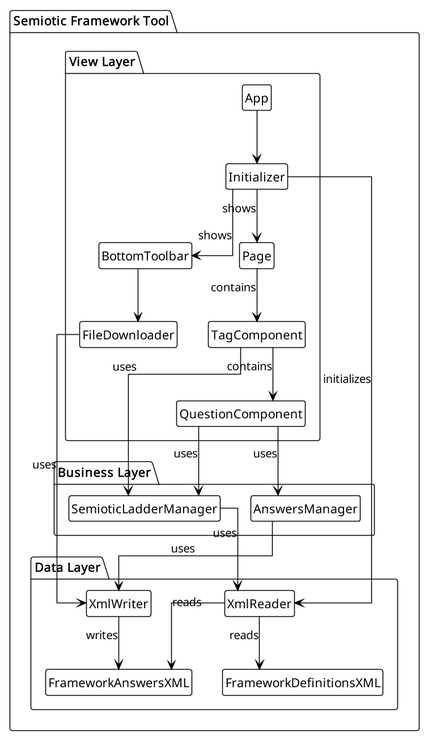
Before: out/docs/architecture/package/package.png, a diagram exported from PlantUML (auri-gabriel/semiotic-framework-tool).
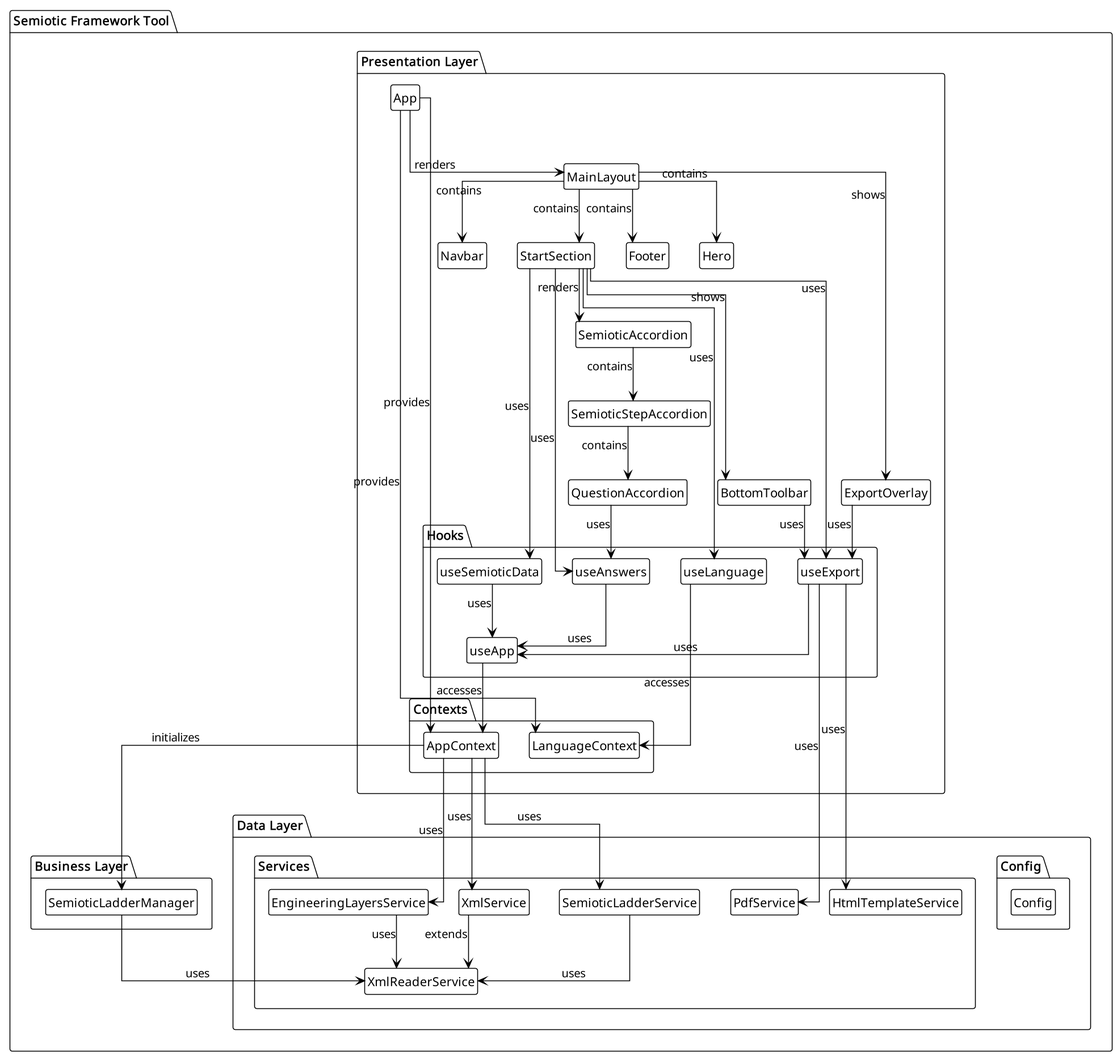
The same file after the commit.

Commit message:
chore: update arch diagram and create a simplified diagram

What changed in the source:
```diff
@@ -9,48 +9,94 @@
 
 package "Semiotic Framework Tool" {
 
-    package "View Layer" {
+    package "Presentation Layer" {
         class App
-        class Page
-        class Initializer
-        class FileDownloader
+        class MainLayout
+        class StartSection
+        class SemioticAccordion
+        class SemioticStepAccordion
+        class QuestionAccordion
         class BottomToolbar
-        class QuestionComponent
-        class TagComponent
+        class ExportOverlay
+        class Hero
+        class Navbar
+        class Footer
+
+        package "Contexts" {
+            class AppContext
+            class LanguageContext
+        }
+
+        package "Hooks" {
+            class useApp
+            class useSemioticData
+            class useAnswers
+            class useExport
+            class useLanguage
+        }
     }
 
     package "Business Layer" {
         class SemioticLadderManager
-        class AnswersManager
     }
 
     package "Data Layer" {
-        class XmlReader
-        class XmlWriter
-        class FrameworkDefinitionsXML
-        class FrameworkAnswersXML
+        package "Services" {
+            class XmlReaderService
+            class XmlService
+            class PdfService
+            class HtmlTemplateService
+            class SemioticLadderService
+            class EngineeringLayersService
+        }
+
+        package "Config" {
+            class Config
+        }
     }
 
-    App --> Initializer
-    Initializer --> Page : shows
-    Initializer --> BottomToolbar : shows
-    BottomToolbar --> FileDownloader
-    Page --> TagComponent : contains
-    TagComponent --> QuestionComponent : contains
+    App --> AppContext : provides
+    App --> LanguageContext : provides
+    App --> MainLayout : renders
 
-    TagComponent --> SemioticLadderManager : uses
-    QuestionComponent --> SemioticLadderManager : uses
-    QuestionComponent --> AnswersManager : uses
+    MainLayout --> ExportOverlay : shows
+    MainLayout --> Navbar : contains
+    MainLayout --> Hero : contains
+    MainLayout --> StartSection : contains
+    MainLayout --> Footer : contains
 
-    SemioticLadderManager --> XmlReader : uses
-    AnswersManager --> XmlWriter : uses
+    StartSection --> SemioticAccordion : renders
+    SemioticAccordion --> SemioticStepAccordion : contains
+    SemioticStepAccordion --> QuestionAccordion : contains
+    StartSection --> BottomToolbar : shows
 
-    Initializer --> XmlReader : initializes
-    FileDownloader --> XmlWriter : uses
+    StartSection --> useSemioticData : uses
+    StartSection --> useAnswers : uses
+    StartSection --> useExport : uses
+    StartSection --> useLanguage : uses
 
-    XmlReader --> FrameworkDefinitionsXML : reads
-    XmlReader --> FrameworkAnswersXML : reads
+    QuestionAccordion --> useAnswers : uses
+    BottomToolbar --> useExport : uses
+    ExportOverlay --> useExport : uses
 
-    XmlWriter --> FrameworkAnswersXML : writes
+    useApp --> AppContext : accesses
+    useSemioticData --> useApp : uses
+    useAnswers --> useApp : uses
+    useExport --> useApp : uses
+    useLanguage --> LanguageContext : accesses
+
+    AppContext --> SemioticLadderManager : initializes
+    SemioticLadderManager --> XmlReaderService : uses
+
+    AppContext --> XmlService : uses
+    AppContext --> SemioticLadderService : uses
+    AppContext --> EngineeringLayersService : uses
+
+    useExport --> PdfService : uses
+    useExport --> HtmlTemplateService : uses
+
+    XmlService --> XmlReaderService : extends
+    SemioticLadderService --> XmlReaderService : uses
+    EngineeringLayersService --> XmlReaderService : uses
 }
 @enduml
```
